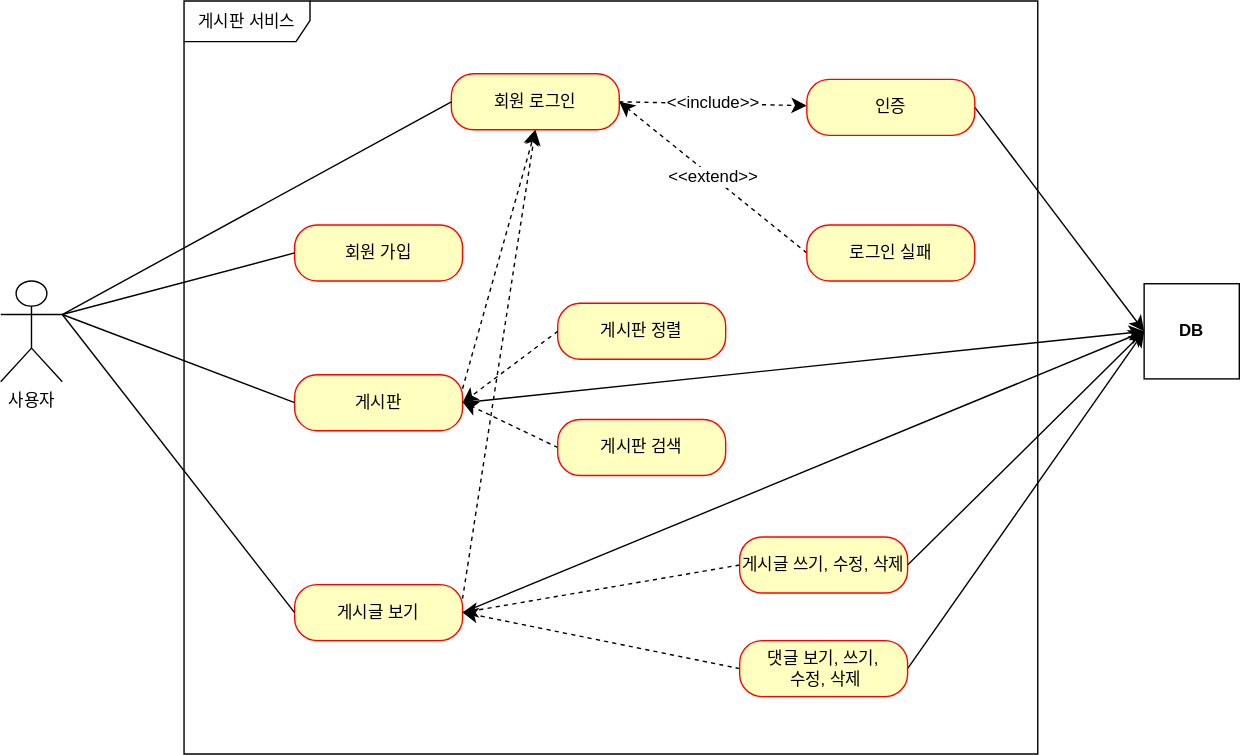
laphayen/project-board keeps this draw.io diagram as document/use-case.svg. Above is the earlier version. Source tidied: cells renumbered, new cells last; positions are measured from the earlier drawing's top-left corner, leaving out a move shared by most shapes.
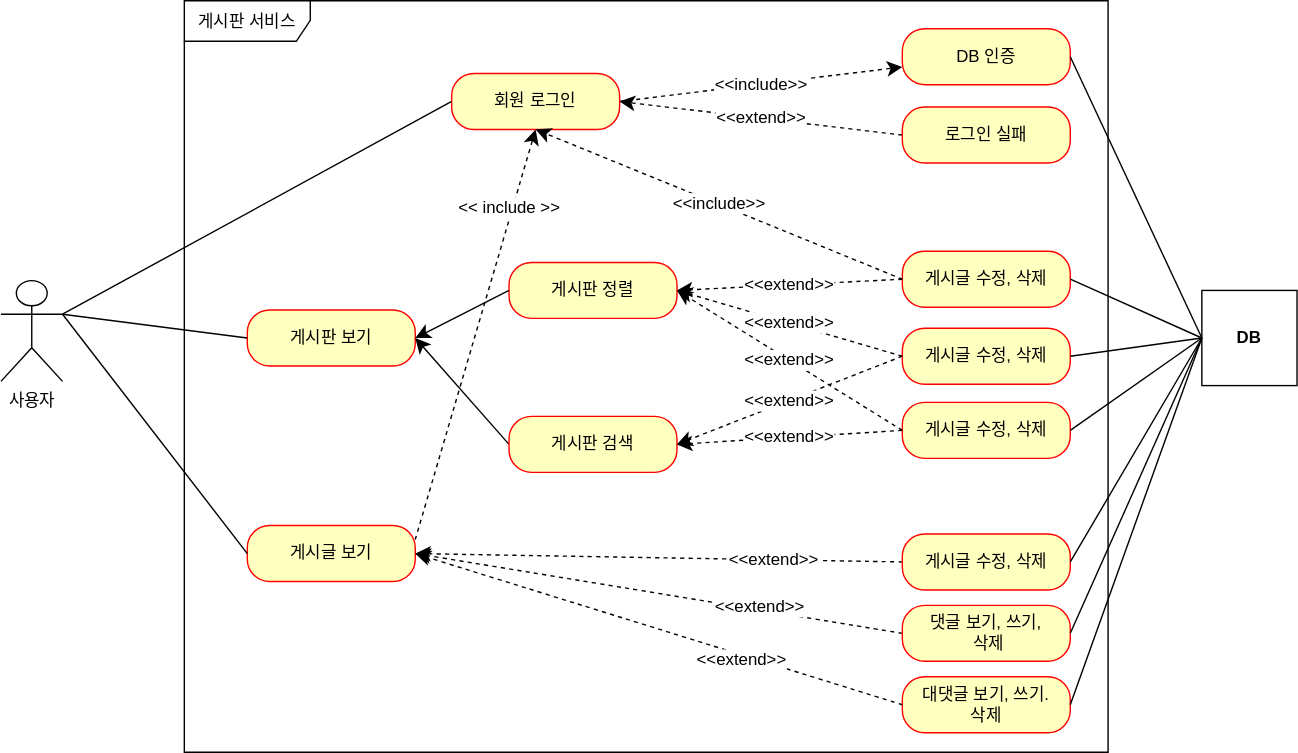
The same file after the commit.

Change to the diagram source:
```diff
@@ -6,28 +6,21 @@
       <mxGeometry y="200" width="44" height="72" as="geometry" />
     </mxCell>
     <mxCell id="3" value="게시판 서비스" style="shape=umlFrame;whiteSpace=wrap;html=1;width=90;height=29;" parent="1" vertex="1">
-      <mxGeometry x="131" width="610" height="538" as="geometry" />
+      <mxGeometry x="131" width="660" height="537" as="geometry" />
     </mxCell>
-    <mxCell id="4" value="회원 가입" style="rounded=1;whiteSpace=wrap;html=1;arcSize=40;fontColor=#000000;fillColor=#ffffc0;strokeColor=#ff0000;" parent="1" vertex="1">
-      <mxGeometry x="210" y="160" width="120" height="40" as="geometry" />
-    </mxCell>
-    <mxCell id="5" style="edgeStyle=none;curved=1;rounded=0;jettySize=auto;html=1;exitX=1;exitY=0.25;exitDx=0;exitDy=0;entryX=0.5;entryY=1;entryDx=0;entryDy=0;fontSize=12;startSize=8;endSize=8;dashed=1;" parent="1" edge="1" source="7" target="12">
-      <mxGeometry relative="1" as="geometry" />
-    </mxCell>
-    <mxCell id="6" style="edgeStyle=none;curved=1;rounded=0;jettySize=auto;html=1;exitX=1;exitY=0.5;exitDx=0;exitDy=0;fontSize=12;startSize=8;endSize=8;entryX=0;entryY=0.5;entryDx=0;entryDy=0;" parent="1" edge="1" source="7" target="31">
-      <mxGeometry relative="1" as="geometry" />
-    </mxCell>
-    <mxCell id="7" value="게시판" style="rounded=1;whiteSpace=wrap;html=1;arcSize=40;fontColor=#000000;fillColor=#ffffc0;strokeColor=#ff0000;" parent="1" vertex="1">
-      <mxGeometry x="210" y="267" width="120" height="40" as="geometry" />
+    <mxCell id="7" value="게시판 보기" style="rounded=1;whiteSpace=wrap;html=1;arcSize=40;fontColor=#000000;fillColor=#ffffc0;strokeColor=#ff0000;" parent="1" vertex="1">
+      <mxGeometry x="176" y="221" width="120" height="40" as="geometry" />
     </mxCell>
     <mxCell id="8" style="edgeStyle=none;curved=1;rounded=0;jettySize=auto;html=1;exitX=1;exitY=0.25;exitDx=0;exitDy=0;entryX=0.5;entryY=1;entryDx=0;entryDy=0;fontSize=12;startSize=8;endSize=8;dashed=1;" parent="1" edge="1" source="10" target="12">
       <mxGeometry relative="1" as="geometry" />
     </mxCell>
-    <mxCell id="9" style="edgeStyle=none;curved=1;rounded=0;jettySize=auto;html=1;exitX=1;exitY=0.5;exitDx=0;exitDy=0;entryX=0;entryY=0.5;entryDx=0;entryDy=0;fontSize=12;startSize=8;endSize=8;" parent="1" edge="1" source="10" target="31">
-      <mxGeometry relative="1" as="geometry" />
-    </mxCell>
+    <mxCell id="32" value="&amp;lt;&amp;lt; include &amp;gt;&amp;gt;" style="edgeLabel;html=1;align=center;verticalAlign=middle;fontSize=12;" parent="8" vertex="1">
+      <mxGeometry x="0.49" y="-2" relative="1" as="geometry">
+        <mxPoint x="1" y="-20" as="offset" />
+      </mxGeometry>
+    </mxCell>
     <mxCell id="10" value="게시글 보기" style="rounded=1;whiteSpace=wrap;html=1;arcSize=40;fontColor=#000000;fillColor=#ffffc0;strokeColor=#ff0000;" parent="1" vertex="1">
-      <mxGeometry x="210" y="417" width="120" height="40" as="geometry" />
+      <mxGeometry x="176" y="375" width="120" height="40" as="geometry" />
     </mxCell>
     <mxCell id="11" value="&amp;lt;&amp;lt;include&amp;gt;&amp;gt;" style="edgeStyle=none;curved=1;rounded=0;jettySize=auto;html=1;exitX=1;exitY=0.5;exitDx=0;exitDy=0;fontSize=12;startSize=8;endSize=8;endArrow=classic;endFill=1;dashed=1;" parent="1" edge="1" source="12" target="14">
       <mxGeometry relative="1" as="geometry" />
@@ -35,52 +28,42 @@
     <mxCell id="12" value="&lt;div&gt;회원 로그인&lt;/div&gt;" style="rounded=1;whiteSpace=wrap;html=1;arcSize=40;fontColor=#000000;fillColor=#ffffc0;strokeColor=#ff0000;" parent="1" vertex="1">
       <mxGeometry x="322" y="52" width="120" height="40" as="geometry" />
     </mxCell>
-    <mxCell id="13" style="edgeStyle=none;curved=1;rounded=0;jettySize=auto;html=1;exitX=1;exitY=0.5;exitDx=0;exitDy=0;entryX=0;entryY=0.5;entryDx=0;entryDy=0;fontSize=12;startSize=8;endSize=8;" parent="1" edge="1" source="14" target="31">
-      <mxGeometry relative="1" as="geometry" />
-    </mxCell>
-    <mxCell id="14" value="인증" style="rounded=1;whiteSpace=wrap;html=1;arcSize=40;fontColor=#000000;fillColor=#ffffc0;strokeColor=#ff0000;" parent="1" vertex="1">
-      <mxGeometry x="576" y="56" width="120" height="40" as="geometry" />
+    <mxCell id="14" value="DB 인증" style="rounded=1;whiteSpace=wrap;html=1;arcSize=40;fontColor=#000000;fillColor=#ffffc0;strokeColor=#ff0000;" parent="1" vertex="1">
+      <mxGeometry x="644" y="20" width="120" height="40" as="geometry" />
     </mxCell>
     <mxCell id="15" value="&amp;lt;&amp;lt;extend&amp;gt;&amp;gt;" style="edgeStyle=none;curved=1;rounded=0;jettySize=auto;html=1;exitX=0;exitY=0.5;exitDx=0;exitDy=0;fontSize=12;startSize=8;endSize=8;endArrow=classic;endFill=1;entryX=1;entryY=0.5;entryDx=0;entryDy=0;dashed=1;" parent="1" edge="1" source="16" target="12">
       <mxGeometry relative="1" as="geometry" />
     </mxCell>
     <mxCell id="16" value="로그인 실패" style="rounded=1;whiteSpace=wrap;html=1;arcSize=40;fontColor=#000000;fillColor=#ffffc0;strokeColor=#ff0000;" parent="1" vertex="1">
-      <mxGeometry x="576" y="160" width="120" height="40" as="geometry" />
+      <mxGeometry x="644" y="76" width="120" height="40" as="geometry" />
     </mxCell>
     <mxCell id="17" value="게시판 정렬" style="rounded=1;whiteSpace=wrap;html=1;arcSize=40;fontColor=#000000;fillColor=#ffffc0;strokeColor=#ff0000;" parent="1" vertex="1">
-      <mxGeometry x="398" y="216" width="120" height="40" as="geometry" />
+      <mxGeometry x="363" y="187" width="120" height="40" as="geometry" />
     </mxCell>
-    <mxCell id="18" style="edgeStyle=none;curved=1;rounded=0;jettySize=auto;html=1;exitX=0;exitY=0.5;exitDx=0;exitDy=0;fontSize=12;startSize=8;endSize=8;dashed=1;" parent="1" edge="1" source="19">
-      <mxGeometry relative="1" as="geometry">
-        <mxPoint x="330" y="286.5" as="targetPoint" />
-      </mxGeometry>
+    <mxCell id="18" style="edgeStyle=none;curved=1;rounded=0;jettySize=auto;html=1;exitX=0;exitY=0.5;exitDx=0;exitDy=0;fontSize=12;startSize=8;endSize=8;entryX=1;entryY=0.5;entryDx=0;entryDy=0;" parent="1" edge="1" source="19" target="7">
+      <mxGeometry relative="1" as="geometry" />
     </mxCell>
     <mxCell id="19" value="게시판 검색" style="rounded=1;whiteSpace=wrap;html=1;arcSize=40;fontColor=#000000;fillColor=#ffffc0;strokeColor=#ff0000;" parent="1" vertex="1">
-      <mxGeometry x="398" y="299" width="120" height="40" as="geometry" />
+      <mxGeometry x="363" y="297" width="120" height="40" as="geometry" />
     </mxCell>
     <mxCell id="20" style="edgeStyle=none;curved=1;rounded=0;jettySize=auto;html=1;exitX=0;exitY=0.5;exitDx=0;exitDy=0;entryX=1;entryY=0.5;entryDx=0;entryDy=0;fontSize=12;startSize=8;endSize=8;dashed=1;" parent="1" edge="1" source="22" target="10">
       <mxGeometry relative="1" as="geometry" />
     </mxCell>
-    <mxCell id="21" style="edgeStyle=none;curved=1;rounded=0;jettySize=auto;html=1;exitX=1;exitY=0.5;exitDx=0;exitDy=0;entryX=0;entryY=0.5;entryDx=0;entryDy=0;fontSize=12;startSize=8;endSize=8;" parent="1" edge="1" source="22" target="31">
-      <mxGeometry relative="1" as="geometry" />
-    </mxCell>
+    <mxCell id="33" value="&amp;lt;&amp;lt;extend&amp;gt;&amp;gt;" style="edgeLabel;html=1;align=center;verticalAlign=middle;fontSize=12;" parent="20" vertex="1">
+      <mxGeometry x="-0.46" relative="1" as="geometry" />
+    </mxCell>
-    <mxCell id="22" value="게시글 쓰기, 수정, 삭제" style="rounded=1;whiteSpace=wrap;html=1;arcSize=40;fontColor=#000000;fillColor=#ffffc0;strokeColor=#ff0000;" parent="1" vertex="1">
-      <mxGeometry x="528" y="383" width="120" height="40" as="geometry" />
+    <mxCell id="22" value="게시글 수정, 삭제" style="rounded=1;whiteSpace=wrap;html=1;arcSize=40;fontColor=#000000;fillColor=#ffffc0;strokeColor=#ff0000;" parent="1" vertex="1">
+      <mxGeometry x="644" y="381" width="120" height="40" as="geometry" />
     </mxCell>
-    <mxCell id="23" style="edgeStyle=none;curved=1;rounded=0;jettySize=auto;html=1;exitX=0;exitY=0.5;exitDx=0;exitDy=0;fontSize=12;startSize=8;endSize=8;dashed=1;" parent="1" edge="1" source="25">
-      <mxGeometry relative="1" as="geometry">
-        <mxPoint x="330" y="436.8" as="targetPoint" />
-      </mxGeometry>
+    <mxCell id="23" style="edgeStyle=none;curved=1;rounded=0;jettySize=auto;html=1;exitX=0;exitY=0.5;exitDx=0;exitDy=0;fontSize=12;startSize=8;endSize=8;dashed=1;entryX=1;entryY=0.5;entryDx=0;entryDy=0;" parent="1" edge="1" source="25" target="10">
+      <mxGeometry relative="1" as="geometry" />
     </mxCell>
-    <mxCell id="24" style="edgeStyle=none;curved=1;rounded=0;jettySize=auto;html=1;exitX=1;exitY=0.5;exitDx=0;exitDy=0;entryX=0;entryY=0.5;entryDx=0;entryDy=0;fontSize=12;startSize=8;endSize=8;" parent="1" edge="1" source="25" target="31">
-      <mxGeometry relative="1" as="geometry" />
-    </mxCell>
+    <mxCell id="34" value="&amp;lt;&amp;lt;extend&amp;gt;&amp;gt;" style="edgeLabel;html=1;align=center;verticalAlign=middle;fontSize=12;" parent="23" vertex="1">
+      <mxGeometry x="-0.41" y="-3" relative="1" as="geometry" />
+    </mxCell>
-    <mxCell id="25" value="댓글 보기, 쓰기,&lt;div&gt;&amp;nbsp;수정, 삭제&lt;/div&gt;" style="rounded=1;whiteSpace=wrap;html=1;arcSize=40;fontColor=#000000;fillColor=#ffffc0;strokeColor=#ff0000;" parent="1" vertex="1">
-      <mxGeometry x="528" y="457" width="120" height="40" as="geometry" />
+    <mxCell id="25" value="댓글 보기, 쓰기,&lt;div&gt;&amp;nbsp;삭제&lt;/div&gt;" style="rounded=1;whiteSpace=wrap;html=1;arcSize=40;fontColor=#000000;fillColor=#ffffc0;strokeColor=#ff0000;" parent="1" vertex="1">
+      <mxGeometry x="644" y="432" width="120" height="40" as="geometry" />
     </mxCell>
-    <mxCell id="26" style="rounded=0;jettySize=auto;html=1;exitX=0;exitY=0.5;exitDx=0;exitDy=0;entryX=1;entryY=0.3333333333333333;entryDx=0;entryDy=0;entryPerimeter=0;fontSize=12;startSize=8;endSize=8;endArrow=none;endFill=0;" parent="1" edge="1" source="4" target="2">
-      <mxGeometry relative="1" as="geometry" />
-    </mxCell>
     <mxCell id="27" style="edgeStyle=none;curved=1;rounded=0;jettySize=auto;html=1;exitX=0;exitY=0.5;exitDx=0;exitDy=0;entryX=1;entryY=0.3333333333333333;entryDx=0;entryDy=0;entryPerimeter=0;fontSize=12;startSize=8;endSize=8;endArrow=none;endFill=0;startArrow=none;startFill=0;" parent="1" edge="1" source="12" target="2">
       <mxGeometry relative="1" as="geometry" />
     </mxCell>
@@ -90,11 +73,68 @@
     <mxCell id="29" style="edgeStyle=none;curved=1;rounded=0;jettySize=auto;html=1;exitX=0;exitY=0.5;exitDx=0;exitDy=0;entryX=1;entryY=0.3333333333333333;entryDx=0;entryDy=0;entryPerimeter=0;fontSize=12;startSize=8;endSize=8;endArrow=none;endFill=0;" parent="1" edge="1" source="10" target="2">
       <mxGeometry relative="1" as="geometry" />
     </mxCell>
-    <mxCell id="30" style="edgeStyle=none;curved=1;rounded=0;jettySize=auto;html=1;exitX=0;exitY=0.5;exitDx=0;exitDy=0;entryX=1;entryY=0.5;entryDx=0;entryDy=0;fontSize=12;startSize=8;endSize=8;dashed=1;" parent="1" edge="1" source="17" target="7">
+    <mxCell id="30" style="edgeStyle=none;curved=1;rounded=0;jettySize=auto;html=1;exitX=0;exitY=0.5;exitDx=0;exitDy=0;entryX=1;entryY=0.5;entryDx=0;entryDy=0;fontSize=12;startSize=8;endSize=8;" parent="1" edge="1" source="17" target="7">
       <mxGeometry relative="1" as="geometry" />
     </mxCell>
     <mxCell id="31" value="&lt;b&gt;DB&lt;/b&gt;" style="html=1;whiteSpace=wrap;" parent="1" vertex="1">
-      <mxGeometry x="817" y="202" width="68" height="68" as="geometry" />
+      <mxGeometry x="858" y="207" width="68" height="68" as="geometry" />
     </mxCell>
+    <mxCell id="35" value="대댓글 보기, 쓰기.&lt;div&gt;삭제&lt;/div&gt;" style="rounded=1;whiteSpace=wrap;html=1;arcSize=40;fontColor=#000000;fillColor=#ffffc0;strokeColor=#ff0000;" parent="1" vertex="1">
+      <mxGeometry x="644" y="483" width="120" height="40" as="geometry" />
+    </mxCell>
+    <mxCell id="36" style="edgeStyle=none;curved=1;rounded=0;jettySize=auto;html=1;exitX=0;exitY=0.5;exitDx=0;exitDy=0;fontSize=12;startSize=8;endSize=8;dashed=1;entryX=1;entryY=0.5;entryDx=0;entryDy=0;" parent="1" edge="1" source="35" target="10">
+      <mxGeometry relative="1" as="geometry" />
+    </mxCell>
+    <mxCell id="37" value="&amp;lt;&amp;lt;extend&amp;gt;&amp;gt;" style="edgeLabel;html=1;align=center;verticalAlign=middle;fontSize=12;" parent="36" vertex="1">
+      <mxGeometry x="-0.34" y="3" relative="1" as="geometry" />
+    </mxCell>
+    <mxCell id="38" value="게시글 수정, 삭제" style="rounded=1;whiteSpace=wrap;html=1;arcSize=40;fontColor=#000000;fillColor=#ffffc0;strokeColor=#ff0000;" parent="1" vertex="1">
+      <mxGeometry x="644" y="287" width="120" height="40" as="geometry" />
+    </mxCell>
+    <mxCell id="39" value="게시글 수정, 삭제" style="rounded=1;whiteSpace=wrap;html=1;arcSize=40;fontColor=#000000;fillColor=#ffffc0;strokeColor=#ff0000;" parent="1" vertex="1">
+      <mxGeometry x="644" y="234" width="120" height="40" as="geometry" />
+    </mxCell>
+    <mxCell id="40" value="게시글 수정, 삭제" style="rounded=1;whiteSpace=wrap;html=1;arcSize=40;fontColor=#000000;fillColor=#ffffc0;strokeColor=#ff0000;" parent="1" vertex="1">
+      <mxGeometry x="644" y="179" width="120" height="40" as="geometry" />
+    </mxCell>
+    <mxCell id="41" value="&amp;lt;&amp;lt;include&amp;gt;&amp;gt;" style="edgeStyle=none;curved=1;rounded=0;jettySize=auto;html=1;exitX=0;exitY=0.5;exitDx=0;exitDy=0;fontSize=12;startSize=8;endSize=8;endArrow=classic;endFill=1;entryX=0.5;entryY=1;entryDx=0;entryDy=0;dashed=1;" parent="1" edge="1" source="40" target="12">
+      <mxGeometry relative="1" as="geometry" />
+    </mxCell>
+    <mxCell id="42" value="&amp;lt;&amp;lt;extend&amp;gt;&amp;gt;" style="edgeStyle=none;curved=1;rounded=0;jettySize=auto;html=1;exitX=0;exitY=0.5;exitDx=0;exitDy=0;fontSize=12;startSize=8;endSize=8;endArrow=classic;endFill=1;entryX=1;entryY=0.5;entryDx=0;entryDy=0;dashed=1;" parent="1" edge="1" source="40" target="17">
+      <mxGeometry relative="1" as="geometry" />
+    </mxCell>
+    <mxCell id="43" value="&amp;lt;&amp;lt;extend&amp;gt;&amp;gt;" style="edgeStyle=none;curved=1;rounded=0;jettySize=auto;html=1;exitX=0;exitY=0.5;exitDx=0;exitDy=0;fontSize=12;startSize=8;endSize=8;endArrow=classic;endFill=1;entryX=1;entryY=0.5;entryDx=0;entryDy=0;dashed=1;" parent="1" edge="1" source="39" target="17">
+      <mxGeometry relative="1" as="geometry" />
+    </mxCell>
+    <mxCell id="44" value="&amp;lt;&amp;lt;extend&amp;gt;&amp;gt;" style="edgeStyle=none;curved=1;rounded=0;jettySize=auto;html=1;exitX=0;exitY=0.5;exitDx=0;exitDy=0;fontSize=12;startSize=8;endSize=8;endArrow=classic;endFill=1;entryX=1;entryY=0.5;entryDx=0;entryDy=0;dashed=1;" parent="1" edge="1" source="38" target="17">
+      <mxGeometry relative="1" as="geometry" />
+    </mxCell>
+    <mxCell id="45" value="&amp;lt;&amp;lt;extend&amp;gt;&amp;gt;" style="edgeStyle=none;curved=1;rounded=0;jettySize=auto;html=1;exitX=0;exitY=0.5;exitDx=0;exitDy=0;fontSize=12;startSize=8;endSize=8;endArrow=classic;endFill=1;entryX=1;entryY=0.5;entryDx=0;entryDy=0;dashed=1;" parent="1" edge="1" source="39" target="19">
+      <mxGeometry relative="1" as="geometry" />
+    </mxCell>
+    <mxCell id="46" value="&amp;lt;&amp;lt;extend&amp;gt;&amp;gt;" style="edgeStyle=none;curved=1;rounded=0;jettySize=auto;html=1;exitX=0;exitY=0.5;exitDx=0;exitDy=0;fontSize=12;startSize=8;endSize=8;endArrow=classic;endFill=1;entryX=1;entryY=0.5;entryDx=0;entryDy=0;dashed=1;" parent="1" edge="1" source="38" target="19">
+      <mxGeometry relative="1" as="geometry" />
+    </mxCell>
+    <mxCell id="47" style="edgeStyle=none;curved=1;rounded=0;jettySize=auto;html=1;exitX=0;exitY=0.5;exitDx=0;exitDy=0;entryX=1;entryY=0.5;entryDx=0;entryDy=0;fontSize=12;startSize=8;endSize=8;endArrow=none;endFill=0;startArrow=none;startFill=0;" parent="1" edge="1" source="31" target="14">
+      <mxGeometry relative="1" as="geometry" />
+    </mxCell>
+    <mxCell id="48" style="edgeStyle=none;curved=1;rounded=0;jettySize=auto;html=1;exitX=0;exitY=0.5;exitDx=0;exitDy=0;entryX=1;entryY=0.5;entryDx=0;entryDy=0;fontSize=12;startSize=8;endSize=8;endArrow=none;endFill=0;startArrow=none;startFill=0;" parent="1" edge="1" source="31" target="40">
+      <mxGeometry relative="1" as="geometry" />
+    </mxCell>
+    <mxCell id="49" style="edgeStyle=none;curved=1;rounded=0;jettySize=auto;html=1;exitX=0;exitY=0.5;exitDx=0;exitDy=0;fontSize=12;startSize=8;endSize=8;endArrow=none;endFill=0;startArrow=none;startFill=0;entryX=1;entryY=0.5;entryDx=0;entryDy=0;" parent="1" edge="1" source="31" target="38">
+      <mxGeometry relative="1" as="geometry" />
+    </mxCell>
+    <mxCell id="50" style="edgeStyle=none;curved=1;rounded=0;jettySize=auto;html=1;exitX=0;exitY=0.5;exitDx=0;exitDy=0;entryX=1;entryY=0.5;entryDx=0;entryDy=0;fontSize=12;startSize=8;endSize=8;endArrow=none;endFill=0;startArrow=none;startFill=0;" parent="1" edge="1" source="31" target="39">
+      <mxGeometry relative="1" as="geometry" />
+    </mxCell>
+    <mxCell id="51" style="edgeStyle=none;curved=1;rounded=0;jettySize=auto;html=1;entryX=1;entryY=0.5;entryDx=0;entryDy=0;fontSize=12;startSize=8;endSize=8;endArrow=none;endFill=0;startArrow=none;startFill=0;exitX=0;exitY=0.5;exitDx=0;exitDy=0;" parent="1" edge="1" source="31" target="22">
+      <mxGeometry relative="1" as="geometry" />
+    </mxCell>
+    <mxCell id="52" style="edgeStyle=none;curved=1;rounded=0;jettySize=auto;html=1;exitX=0;exitY=0.5;exitDx=0;exitDy=0;entryX=1;entryY=0.5;entryDx=0;entryDy=0;fontSize=12;startSize=8;endSize=8;endArrow=none;endFill=0;startArrow=none;startFill=0;" parent="1" edge="1" source="31" target="25">
+      <mxGeometry relative="1" as="geometry" />
+    </mxCell>
+    <mxCell id="53" style="edgeStyle=none;curved=1;rounded=0;jettySize=auto;html=1;exitX=0;exitY=0.5;exitDx=0;exitDy=0;entryX=1;entryY=0.5;entryDx=0;entryDy=0;fontSize=12;startSize=8;endSize=8;endArrow=none;endFill=0;startArrow=none;startFill=0;" parent="1" edge="1" source="31" target="35">
+      <mxGeometry relative="1" as="geometry" />
+    </mxCell>
   </root>
 </mxGraphModel>
```
